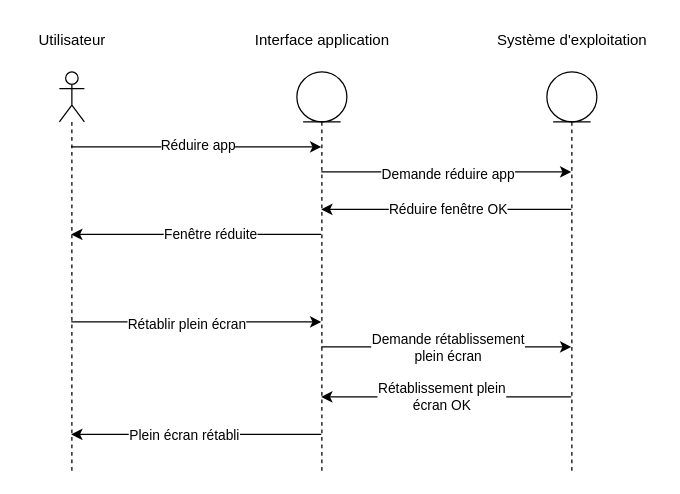
The draw.io diagram Projet/UML/versions modifiables/diagramme_seq_réduire.drawio in Newglear/UF_projet_java, before the edit. Source tidied: cells renumbered, new cells numbered last; positions are measured from the earlier drawing's top-left corner, leaving out a move shared by most shapes. Both pictures are drawn from the tidied source at 125%, with x=0, y=0 at pixel (21, 21).
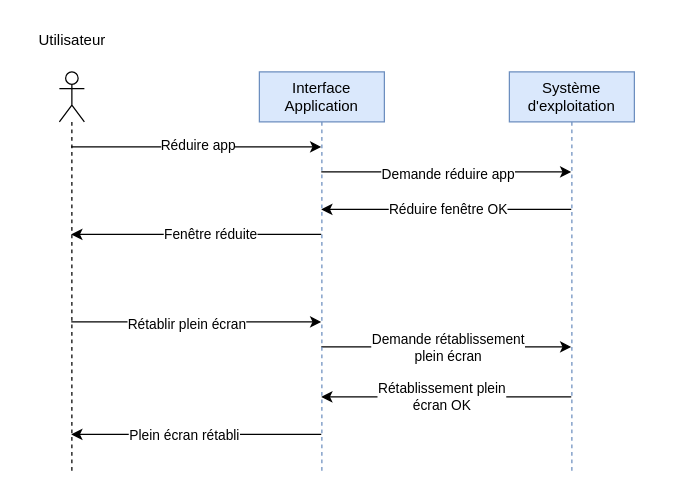
After the change.

Commit message:
Mettre à jour diagramme_seq_réduire.drawio

The change refers to these unchanged cells:
```xml
<mxCell id="2" style="shape=umlLifeline;participant=umlActor;perimeter=lifelinePerimeter;whiteSpace=wrap;html=1;verticalAlign=top;spacingTop=36;outlineConnect=0;" parent="1" vertex="1">
  <mxGeometry x="30" y="40" width="20" height="320" as="geometry" />
</mxCell>
```

The edit, as a diff of the source:
```diff
@@
-    <mxCell id="4" style="shape=umlLifeline;participant=umlEntity;perimeter=lifelinePerimeter;whiteSpace=wrap;html=1;verticalAlign=top;spacingTop=36;outlineConnect=0;" parent="1" vertex="1">
-      <mxGeometry x="220" y="40" width="40" height="320" as="geometry" />
-    </mxCell>
-    <mxCell id="5" value="Interface application" style="text;html=1;align=center;verticalAlign=middle;strokeColor=none;fillColor=none;" parent="1" vertex="1">
-      <mxGeometry x="175" width="130" height="30" as="geometry" />
-    </mxCell>
-    <mxCell id="6" style="shape=umlLifeline;participant=umlEntity;perimeter=lifelinePerimeter;whiteSpace=wrap;html=1;verticalAlign=top;spacingTop=36;outlineConnect=0;" parent="1" vertex="1">
-      <mxGeometry x="420" y="40" width="40" height="320" as="geometry" />
-    </mxCell>
-    <mxCell id="7" value="Système d'exploitation" style="text;html=1;align=center;verticalAlign=middle;points=[];strokeColor=none;fillColor=none;" parent="1" vertex="1">
-      <mxGeometry x="370" width="140" height="30" as="geometry" />
-    </mxCell>
-    <mxCell id="8" style="endArrow=classic;html=1;rounded=0;" parent="1" edge="1">
+    <mxCell id="8" style="endArrow=classic;html=1;rounded=0;" parent="1" edge="1" source="2" target="24">
       <mxGeometry relative="1" as="geometry">
-        <mxPoint x="39.5" y="100" as="sourcePoint" />
-        <mxPoint x="239.5" y="100" as="targetPoint" />
         <Array as="points">
           <mxPoint x="140" y="100" />
         </Array>
       </mxGeometry>
     </mxCell>
@@
-    <mxCell id="10" style="endArrow=classic;html=1;rounded=0;" parent="1" edge="1" source="4" target="6">
+    <mxCell id="10" style="endArrow=classic;html=1;rounded=0;" parent="1" edge="1" source="24" target="7">
       <mxGeometry relative="1" as="geometry">
         <Array as="points">
           <mxPoint x="350" y="120" />
         </Array>
       </mxGeometry>
     </mxCell>
@@
-    <mxCell id="12" style="endArrow=classic;html=1;rounded=0;" parent="1" edge="1" source="6" target="4">
+    <mxCell id="12" style="endArrow=classic;html=1;rounded=0;" parent="1" edge="1" source="7" target="24">
       <mxGeometry relative="1" as="geometry">
         <Array as="points">
           <mxPoint x="340" y="150" />
         </Array>
       </mxGeometry>
     </mxCell>
@@
-    <mxCell id="14" style="endArrow=classic;html=1;rounded=0;" parent="1" edge="1" source="4" target="2">
+    <mxCell id="14" style="endArrow=classic;html=1;rounded=0;" parent="1" edge="1" source="24" target="2">
       <mxGeometry relative="1" as="geometry">
         <Array as="points">
           <mxPoint x="140" y="170" />
         </Array>
       </mxGeometry>
     </mxCell>
@@
-    <mxCell id="16" style="endArrow=classic;html=1;rounded=0;" parent="1" edge="1" source="2" target="4">
+    <mxCell id="16" style="endArrow=classic;html=1;rounded=0;" parent="1" edge="1" source="2" target="24">
       <mxGeometry relative="1" as="geometry">
         <Array as="points">
           <mxPoint x="150" y="240" />
         </Array>
       </mxGeometry>
     </mxCell>
@@
-    <mxCell id="18" style="endArrow=classic;html=1;rounded=0;" parent="1" edge="1" source="6" target="4">
+    <mxCell id="18" style="endArrow=classic;html=1;rounded=0;" parent="1" edge="1" source="7" target="24">
       <mxGeometry relative="1" as="geometry">
         <Array as="points">
           <mxPoint x="350" y="300" />
         </Array>
       </mxGeometry>
     </mxCell>
@@
-    <mxCell id="20" style="endArrow=classic;html=1;rounded=0;" parent="1" edge="1" source="4" target="6">
+    <mxCell id="20" style="endArrow=classic;html=1;rounded=0;" parent="1" edge="1" source="24" target="7">
       <mxGeometry relative="1" as="geometry">
         <Array as="points">
           <mxPoint x="340" y="260" />
         </Array>
       </mxGeometry>
     </mxCell>
@@
-    <mxCell id="22" style="endArrow=classic;html=1;rounded=0;" parent="1" edge="1" source="4" target="2">
+    <mxCell id="22" style="endArrow=classic;html=1;rounded=0;" parent="1" edge="1" source="24" target="2">
       <mxGeometry relative="1" as="geometry">
         <Array as="points">
           <mxPoint x="150" y="330" />
         </Array>
       </mxGeometry>
     </mxCell>
@@
+    <mxCell id="24" value="Interface Application" style="shape=umlLifeline;perimeter=lifelinePerimeter;whiteSpace=wrap;html=1;outlineConnect=0;fillColor=#dae8fc;strokeColor=#6c8ebf;" parent="1" vertex="1">
+      <mxGeometry x="190" y="40" width="100" height="320" as="geometry" />
+    </mxCell>
+    <mxCell id="7" value="Système d'exploitation" style="shape=umlLifeline;perimeter=lifelinePerimeter;whiteSpace=wrap;html=1;outlineConnect=0;fillColor=#dae8fc;strokeColor=#6c8ebf;" parent="1" vertex="1">
+      <mxGeometry x="390" y="40" width="100" height="320" as="geometry" />
+    </mxCell>
```
